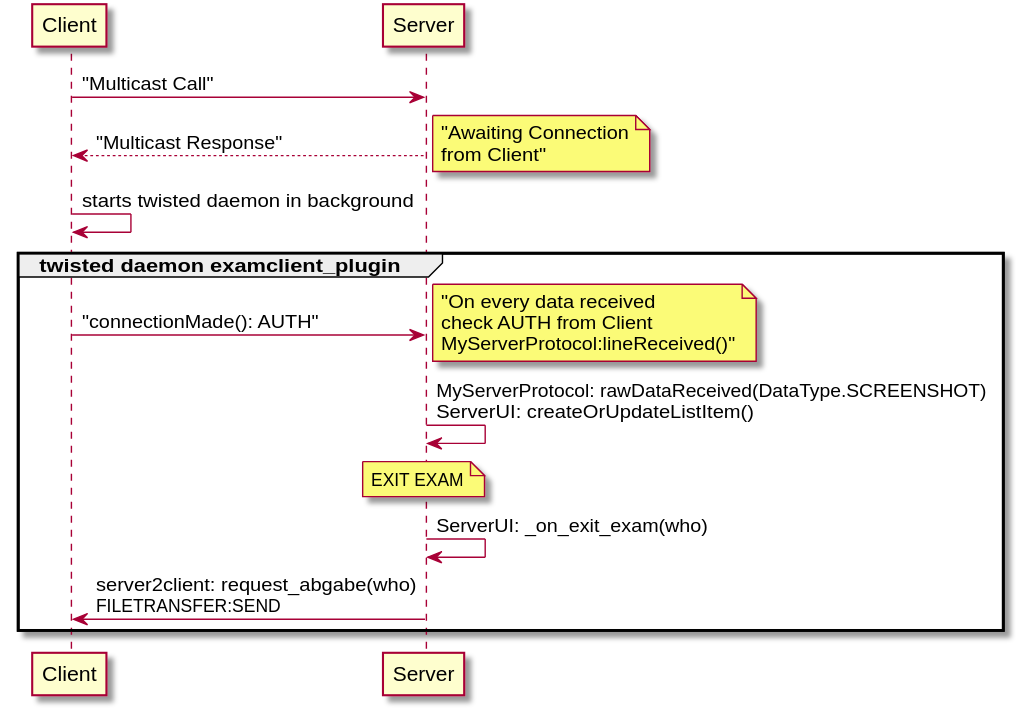
Earlier version of the PlantUML export UML/sequenceDiagram.svg (valueerrorx/life-exam).
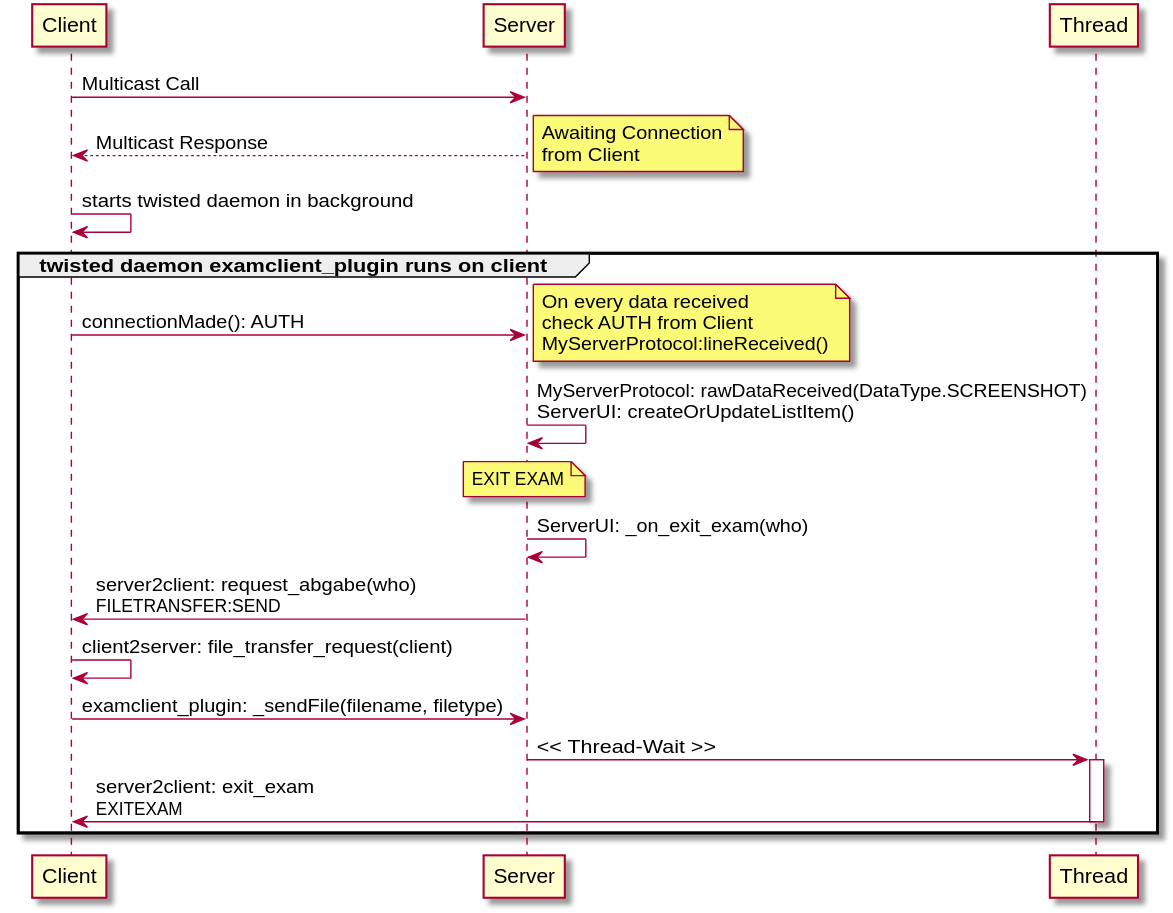
Above is the later version.

The edit, as a diff of the source:
```diff
@@ -1,18 +1,29 @@
 @startuml
-Client -> Server: "Multicast Call"
-Server --> Client: "Multicast Response"
-note right: "Awaiting Connection\nfrom Client"
+Client -> Server: Multicast Call
+Server --> Client: Multicast Response
+note right: Awaiting Connection\nfrom Client
 Client->Client: starts twisted daemon in background
 
-group twisted daemon examclient_plugin
-	Client -> Server: "connectionMade(): AUTH"
-	note right: "On every data received\ncheck AUTH from Client\nMyServerProtocol:lineReceived()"
+group twisted daemon examclient_plugin runs on client
+	Client -> Server: connectionMade(): AUTH
+	note right: On every data received\ncheck AUTH from Client\nMyServerProtocol:lineReceived()
 	Server -> Server: MyServerProtocol: rawDataReceived(DataType.SCREENSHOT)\nServerUI: createOrUpdateListItem()
 
 	note over Server: EXIT EXAM
 	Server -> Server: ServerUI: _on_exit_exam(who)
 	Server -> Client: server2client: request_abgabe(who)\nFILETRANSFER:SEND
 
+	Client -> Client: client2server: file_transfer_request(client)
+	Client -> Server: examclient_plugin: _sendFile(filename, filetype)
+
+
+	Server -> Thread: << Thread-Wait >>
+	activate Thread
+
+	Thread -> Client: server2client: exit_exam\nEXITEXAM
+	deactivate Thread
+
+
 end
 
 @enduml
```
